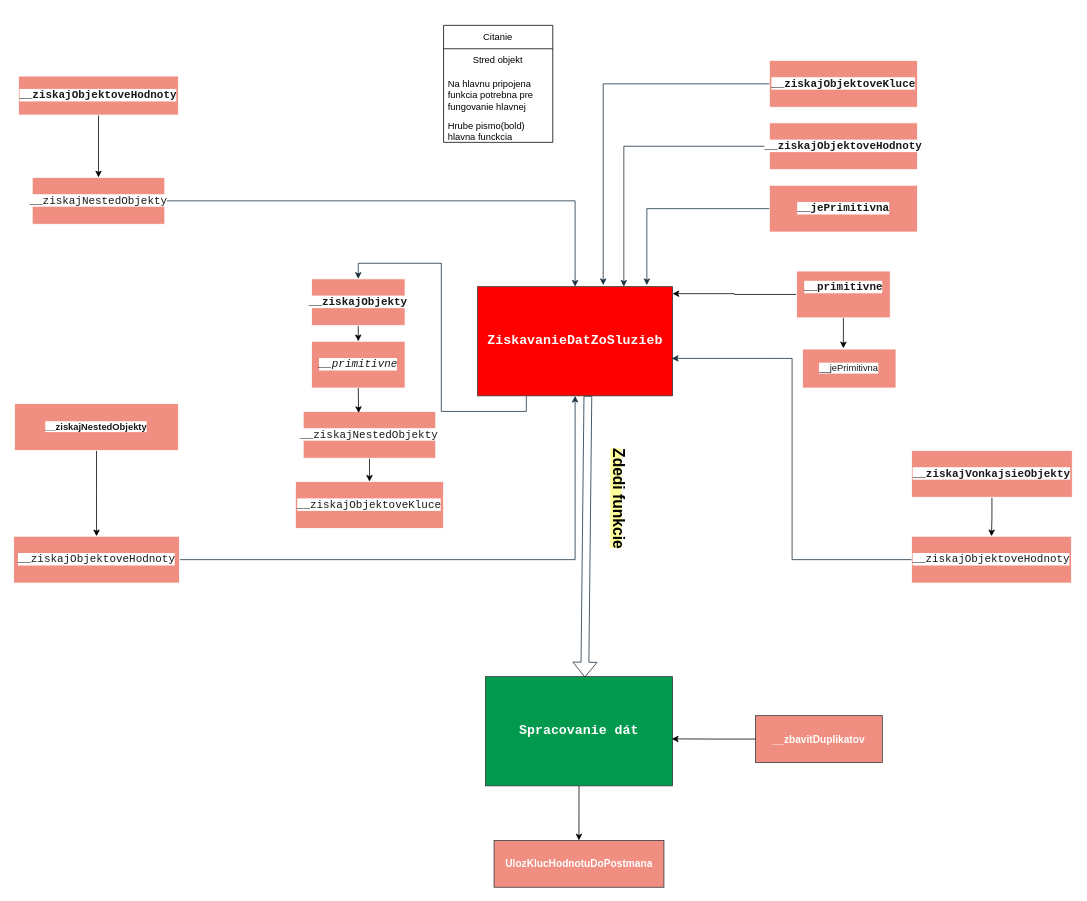
Above: skuska_postman.drawio in fjuza1/data-extractor (draw.io), before the change. Source tidied: cells renumbered, new cells numbered last; positions are measured from the earlier drawing's top-left corner, leaving out a move shared by most shapes. Both pictures are drawn from the tidied source at 78%, with x=0, y=0 at pixel (13, 25).
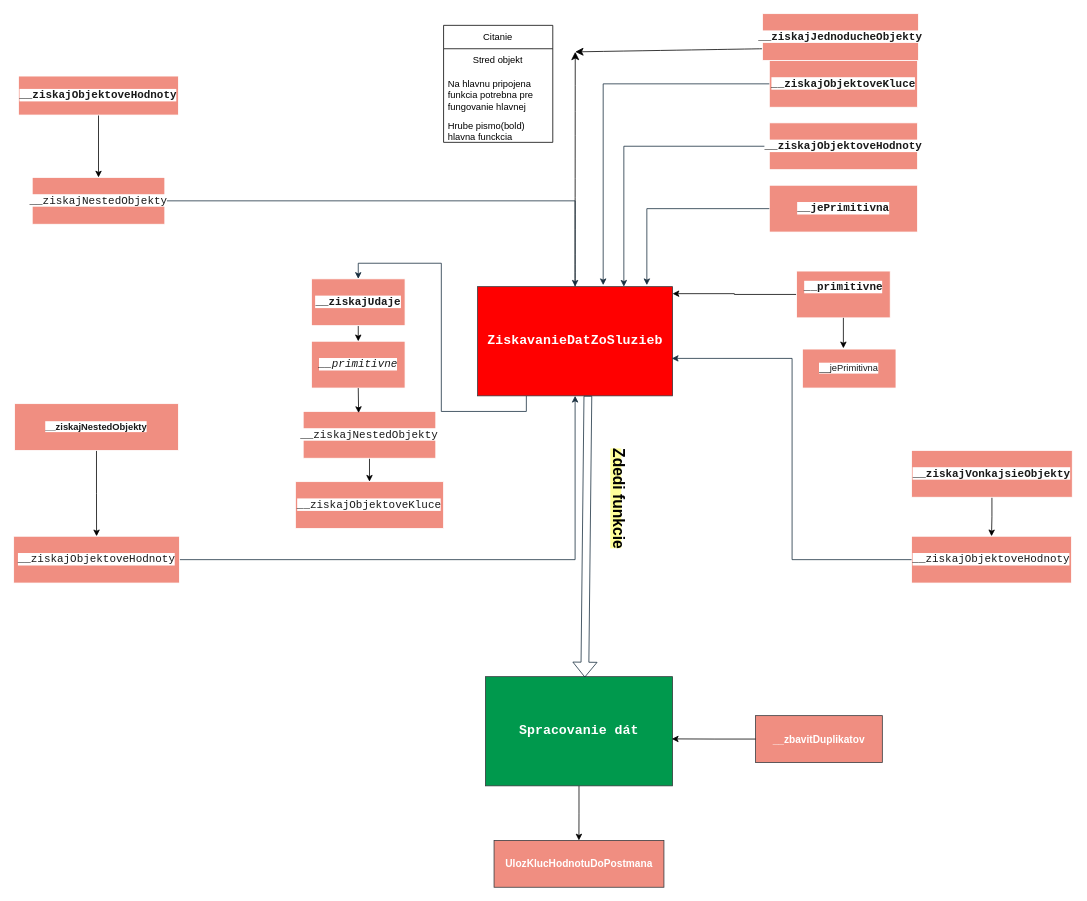
The same diagram, later.

The change refers to these unchanged cells:
```xml
<mxCell id="3" value="&lt;div style=&quot;font-family: Consolas, &amp;quot;Courier New&amp;quot;, monospace; line-height: 19px;&quot;&gt;&lt;div style=&quot;line-height: 19px;&quot;&gt;&lt;font style=&quot;font-size: 17px;&quot; color=&quot;#ffffff&quot;&gt;ZiskavanieDatZoSluzieb&lt;/font&gt;&lt;/div&gt;&lt;/div&gt;" style="rounded=0;whiteSpace=wrap;html=1;labelBackgroundColor=none;fillColor=#FF0000;strokeColor=#36393d;fontStyle=1;" parent="1" vertex="1">
  <mxGeometry x="594.8" y="335" width="250" height="140" as="geometry" />
</mxCell>
```

The edit, as a diff of the source:
```diff
@@
+    <mxCell id="44" style="edgeStyle=none;curved=1;rounded=0;jettySize=auto;html=1;exitX=0.5;exitY=0;exitDx=0;exitDy=0;fontSize=12;startSize=8;endSize=8;" parent="1" edge="1" source="3">
+      <mxGeometry relative="1" as="geometry">
+        <mxPoint x="720" y="34" as="targetPoint" />
+      </mxGeometry>
+    </mxCell>
@@
-    <mxCell id="22" value="&lt;div style=&quot;font-family: Consolas, &amp;quot;Courier New&amp;quot;, monospace; font-size: 14px; line-height: 19px;&quot;&gt;&lt;span style=&quot;background-color: rgb(255, 255, 255);&quot;&gt;&lt;font color=&quot;#1a1a1a&quot;&gt;__ziskajObjekty&lt;/font&gt;&lt;/span&gt;&lt;/div&gt;" style="rounded=0;whiteSpace=wrap;html=1;labelBackgroundColor=none;fillColor=#F08E81;strokeColor=#FFFFFF;fontColor=#1A1A1A;fontStyle=1;" parent="1" vertex="1">
+    <mxCell id="22" value="&lt;div style=&quot;font-family: Consolas, &amp;quot;Courier New&amp;quot;, monospace; font-size: 14px; line-height: 19px;&quot;&gt;&lt;span style=&quot;background-color: rgb(255, 255, 255);&quot;&gt;&lt;font color=&quot;#1a1a1a&quot;&gt;__ziskajUdaje&lt;/font&gt;&lt;/span&gt;&lt;/div&gt;" style="rounded=0;whiteSpace=wrap;html=1;labelBackgroundColor=none;fillColor=#F08E81;strokeColor=#FFFFFF;fontColor=#1A1A1A;fontStyle=1;" parent="1" vertex="1">
       <mxGeometry x="381.8" y="325" width="120" height="60" as="geometry" />
     </mxCell>
@@
+    <mxCell id="45" style="edgeStyle=none;curved=1;rounded=0;jettySize=auto;html=1;exitX=0;exitY=0.75;exitDx=0;exitDy=0;fontSize=12;startSize=8;endSize=8;" parent="1" edge="1" source="46">
+      <mxGeometry relative="1" as="geometry">
+        <mxPoint x="720" y="34" as="targetPoint" />
+      </mxGeometry>
+    </mxCell>
+    <mxCell id="46" value="&lt;div style=&quot;font-family: Consolas, &amp;quot;Courier New&amp;quot;, monospace; font-size: 14px; line-height: 19px;&quot;&gt;&lt;span style=&quot;background-color: rgb(255, 255, 255);&quot;&gt;__ziskajJednoducheObjekty&lt;/span&gt;&lt;/div&gt;" style="rounded=0;whiteSpace=wrap;html=1;fontSize=12;fillColor=#F08E81;strokeColor=#FFFFFF;fontColor=#1A1A1A;labelBackgroundColor=none;fontStyle=1;" parent="1" vertex="1">
+      <mxGeometry x="960" y="-15" width="200" height="60" as="geometry" />
+    </mxCell>
```
